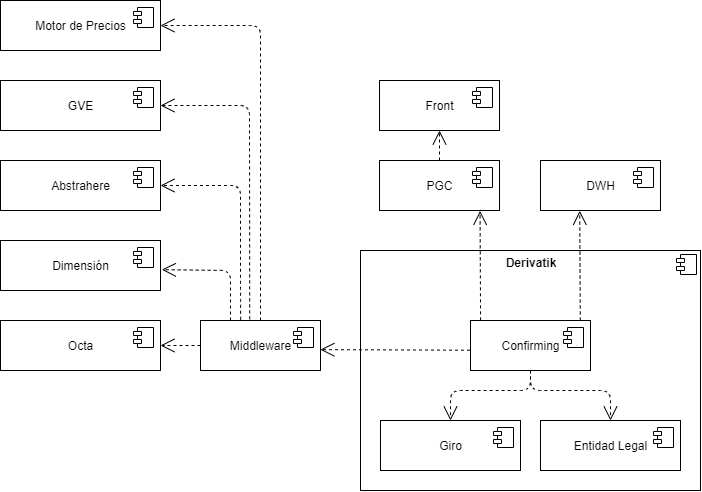
This is Confirming/Diagrama_componentes_confirming.png from Derivatik/Recursos-Documentacion, a draw.io export, as it was before one commit. Source tidied: cells renumbered, new cells last; positions are measured from the earlier drawing's top-left corner, leaving out a move shared by most shapes.
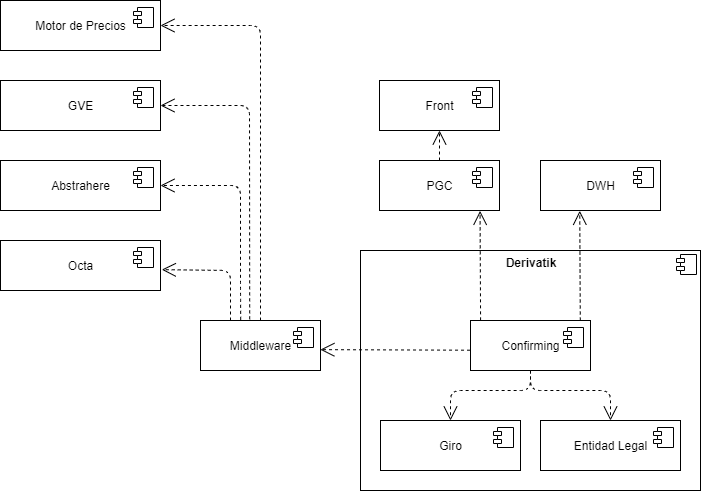
Above is the later version.

Commit message:
confirming componentes

What changed in the source:
```diff
@@ -106,7 +106,7 @@
         <mxPoint x="-27" y="7" as="offset" />
       </mxGeometry>
     </mxCell>
-    <mxCell id="26" value="Dimensión" style="html=1;" parent="1" vertex="1">
+    <mxCell id="26" value="Octa" style="html=1;" parent="1" vertex="1">
       <mxGeometry y="240" width="160" height="50" as="geometry" />
     </mxCell>
     <mxCell id="27" style="shape=component;jettyWidth=8;jettyHeight=4;" parent="26" vertex="1">
@@ -114,14 +114,6 @@
         <mxPoint x="-27" y="7" as="offset" />
       </mxGeometry>
     </mxCell>
-    <mxCell id="28" value="Octa" style="html=1;" parent="1" vertex="1">
-      <mxGeometry y="320" width="160" height="50" as="geometry" />
-    </mxCell>
-    <mxCell id="29" style="shape=component;jettyWidth=8;jettyHeight=4;" parent="28" vertex="1">
-      <mxGeometry x="1" width="20" height="20" relative="1" as="geometry">
-        <mxPoint x="-27" y="7" as="offset" />
-      </mxGeometry>
-    </mxCell>
     <mxCell id="30" style="endArrow=open;endSize=12;dashed=1;html=1;entryX=1;entryY=0.5;entryDx=0;entryDy=0;exitX=0.5;exitY=0;exitDx=0;exitDy=0;" parent="1" edge="1" source="12" target="24">
       <mxGeometry relative="1" as="geometry">
         <Array as="points">
@@ -136,9 +128,6 @@
         </Array>
       </mxGeometry>
     </mxCell>
-    <mxCell id="32" style="endArrow=open;endSize=12;dashed=1;html=1;entryX=1;entryY=0.5;entryDx=0;entryDy=0;exitX=0;exitY=0.5;exitDx=0;exitDy=0;" parent="1" edge="1" source="12" target="28">
-      <mxGeometry relative="1" as="geometry" />
-    </mxCell>
     <mxCell id="33" style="endArrow=open;endSize=12;dashed=1;html=1;entryX=1;entryY=0.5;entryDx=0;entryDy=0;exitX=0.335;exitY=-0.014;exitDx=0;exitDy=0;exitPerimeter=0;" parent="1" edge="1" source="12" target="18">
       <mxGeometry relative="1" as="geometry">
         <Array as="points">
```
